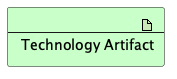
Earlier version of the PlantUML export doc/elements/technology-artifact.plantuml.png (SixArm/archimate-examples). The source it was exported from:
```plantuml
@startuml
!include <archimate/Archimate>
Technology_Artifact(TA_01, "Technology Artifact")
@enduml
```
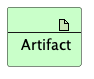
After the commit.

Diff of the diagram source:
```diff
@@ -1,4 +1,4 @@
 @startuml
 !include <archimate/Archimate>
-Technology_Artifact(TA_01, "Technology Artifact")
+Technology_Artifact(Artifact, "Artifact")
 @enduml
```
